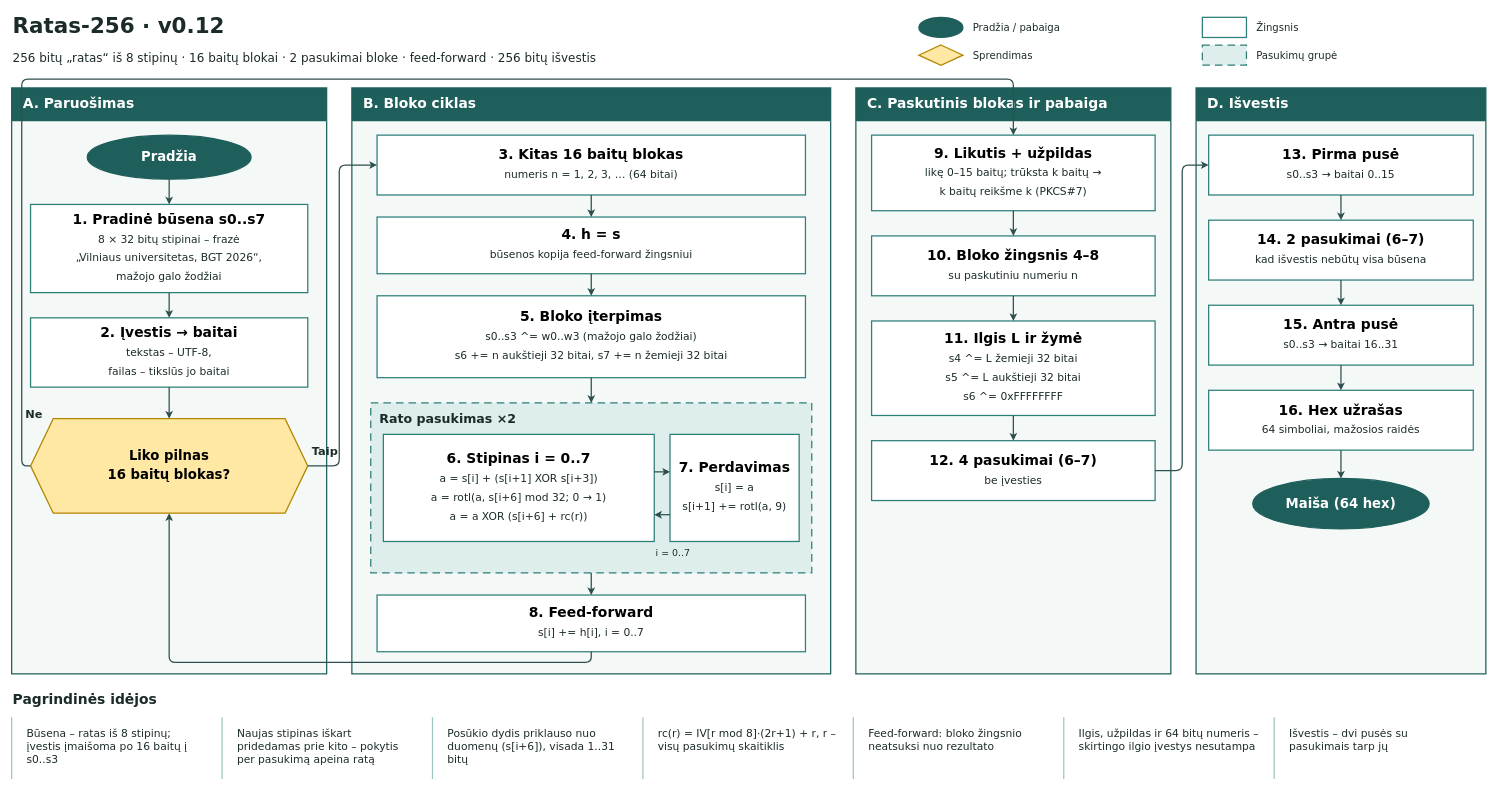
The draw.io diagram Joringis-no AI/docs/algoritmo-schema-v0.12.drawio in Mizerd/BGT_1, before the edit. Source tidied: cells renumbered, new cells numbered last; positions are measured from the earlier drawing's top-left corner, leaving out a move shared by most shapes. Both pictures are drawn from the tidied source at 63%, with x=0, y=0 at pixel (11, 11).
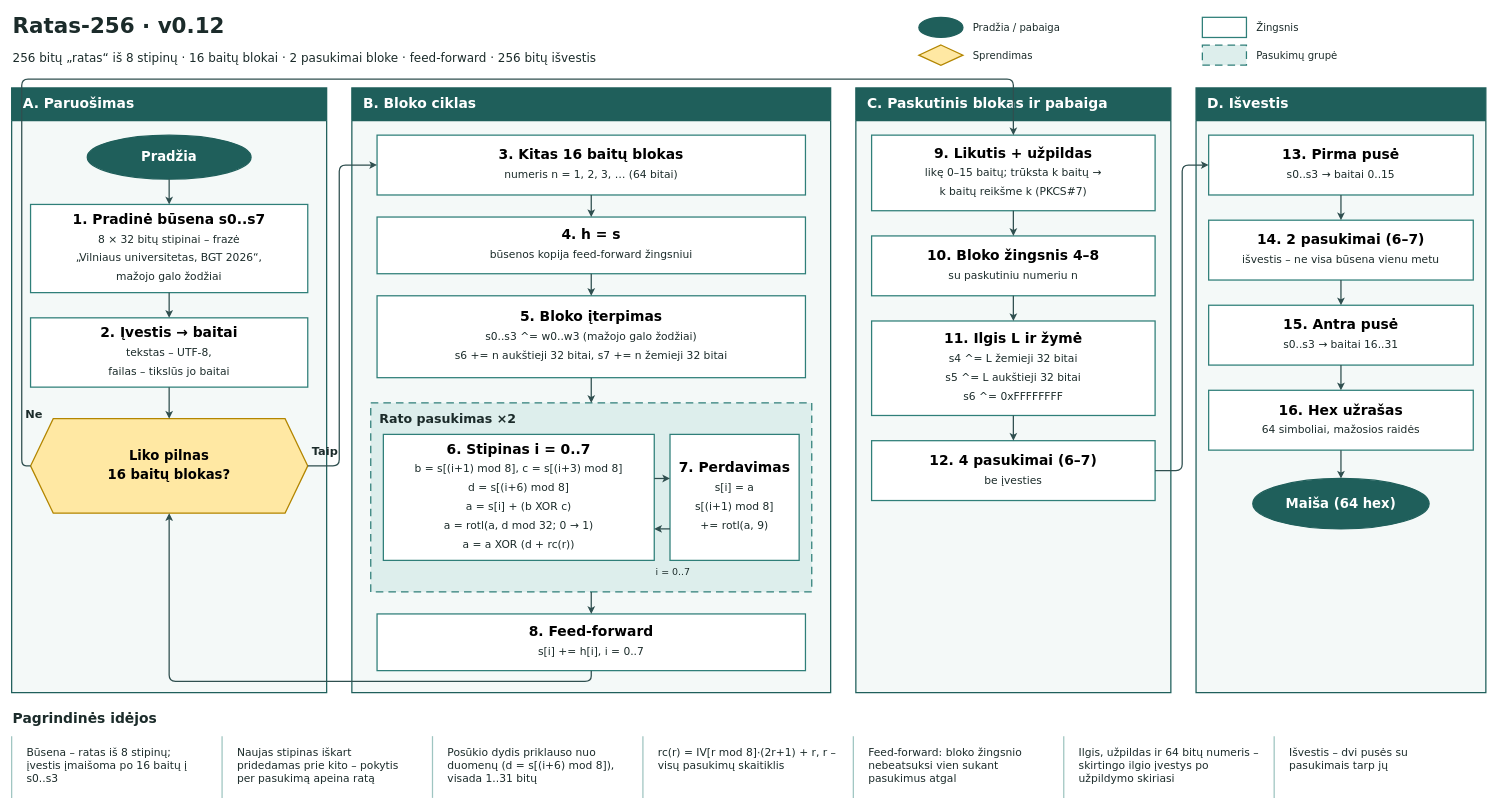
Above is the later version.

Unchanged cells that the change refers to:
```xml
<mxCell id="18" value="&lt;div style=&quot;line-height:28px&quot;&gt;&lt;b style=&quot;font-size:21px;color:#000000&quot;&gt;Liko pilnas&lt;/b&gt;&lt;/div&gt;&lt;div style=&quot;line-height:28px&quot;&gt;&lt;b style=&quot;font-size:21px;color:#000000&quot;&gt;16 baitų blokas?&lt;/b&gt;&lt;/div&gt;" style="fontFamily=Verdana;fontColor=#1B2B2A;html=1;whiteSpace=wrap;shape=hexagon;perimeter=hexagonPerimeter2;fixedSize=1;size=36;fillColor=#FFE8A3;strokeColor=#B38600;strokeWidth=2;" parent="1" vertex="1">
  <mxGeometry x="30" y="647" width="440" height="150" as="geometry" />
</mxCell>
```

The edit, as a diff of the source:
```diff
@@
     <mxCell id="11" value="A. Paruošimas" style="fontFamily=Verdana;fontColor=#1B2B2A;html=1;whiteSpace=wrap;swimlane;startSize=52;fillColor=#1F5F5B;swimlaneFillColor=#F4F9F8;strokeColor=#1F5F5B;strokeWidth=2;fontColor=#FFFFFF;fontSize=22;fontStyle=1;rounded=0;align=left;spacingLeft=16;" parent="1" vertex="1">
-      <mxGeometry y="122" width="500" height="930" as="geometry" />
+      <mxGeometry y="122" width="500" height="960" as="geometry" />
     </mxCell>
     <mxCell id="12" value="B. Bloko ciklas" style="fontFamily=Verdana;fontColor=#1B2B2A;html=1;whiteSpace=wrap;swimlane;startSize=52;fillColor=#1F5F5B;swimlaneFillColor=#F4F9F8;strokeColor=#1F5F5B;strokeWidth=2;fontColor=#FFFFFF;fontSize=22;fontStyle=1;rounded=0;align=left;spacingLeft=16;" parent="1" vertex="1">
-      <mxGeometry x="540" y="122" width="760" height="930" as="geometry" />
+      <mxGeometry x="540" y="122" width="760" height="960" as="geometry" />
     </mxCell>
     <mxCell id="13" value="C. Paskutinis blokas ir pabaiga" style="fontFamily=Verdana;fontColor=#1B2B2A;html=1;whiteSpace=wrap;swimlane;startSize=52;fillColor=#1F5F5B;swimlaneFillColor=#F4F9F8;strokeColor=#1F5F5B;strokeWidth=2;fontColor=#FFFFFF;fontSize=22;fontStyle=1;rounded=0;align=left;spacingLeft=16;" parent="1" vertex="1">
-      <mxGeometry x="1340" y="122" width="500" height="930" as="geometry" />
+      <mxGeometry x="1340" y="122" width="500" height="960" as="geometry" />
     </mxCell>
     <mxCell id="14" value="D. Išvestis" style="fontFamily=Verdana;fontColor=#1B2B2A;html=1;whiteSpace=wrap;swimlane;startSize=52;fillColor=#1F5F5B;swimlaneFillColor=#F4F9F8;strokeColor=#1F5F5B;strokeWidth=2;fontColor=#FFFFFF;fontSize=22;fontStyle=1;rounded=0;align=left;spacingLeft=16;" parent="1" vertex="1">
-      <mxGeometry x="1880" y="122" width="460" height="930" as="geometry" />
+      <mxGeometry x="1880" y="122" width="460" height="960" as="geometry" />
     </mxCell>
@@
     <mxCell id="22" value="&lt;b style=&quot;font-size:20px&quot;&gt;Rato pasukimas ×2&lt;/b&gt;" style="fontFamily=Verdana;fontColor=#1B2B2A;html=1;whiteSpace=wrap;rounded=0;dashed=1;dashPattern=6 4;fillColor=#DDEEEC;strokeColor=#2F7F79;strokeWidth=2;verticalAlign=top;align=left;spacingLeft=12;spacingTop=6;" parent="1" vertex="1">
-      <mxGeometry x="570" y="622" width="700" height="270" as="geometry" />
+      <mxGeometry x="570" y="622" width="700" height="300" as="geometry" />
     </mxCell>
-    <mxCell id="23" value="&lt;div style=&quot;line-height:28px&quot;&gt;&lt;b style=&quot;font-size:22px;color:#000000&quot;&gt;6. Stipinas i = 0..7&lt;/b&gt;&lt;br&gt;&lt;span style=&quot;font-size:17px&quot;&gt;a = s[i] + (s[i+1] XOR s[i+3])&lt;/span&gt;&lt;br&gt;&lt;span style=&quot;font-size:17px&quot;&gt;a = rotl(a, s[i+6] mod 32; 0 → 1)&lt;/span&gt;&lt;br&gt;&lt;span style=&quot;font-size:17px&quot;&gt;a = a XOR (s[i+6] + rc(r))&lt;/span&gt;&lt;/div&gt;" style="fontFamily=Verdana;fontColor=#1B2B2A;html=1;whiteSpace=wrap;rounded=0;fillColor=#FFFFFF;strokeColor=#2F7F79;strokeWidth=2;align=center;verticalAlign=middle;" parent="1" vertex="1">
-      <mxGeometry x="590" y="672" width="430" height="170" as="geometry" />
+    <mxCell id="23" value="&lt;div style=&quot;line-height:28px&quot;&gt;&lt;b style=&quot;font-size:22px;color:#000000&quot;&gt;6. Stipinas i = 0..7&lt;/b&gt;&lt;br&gt;&lt;span style=&quot;font-size:17px&quot;&gt;b = s[(i+1) mod 8],  c = s[(i+3) mod 8]&lt;/span&gt;&lt;br&gt;&lt;span style=&quot;font-size:17px&quot;&gt;d = s[(i+6) mod 8]&lt;/span&gt;&lt;br&gt;&lt;span style=&quot;font-size:17px&quot;&gt;a = s[i] + (b XOR c)&lt;/span&gt;&lt;br&gt;&lt;span style=&quot;font-size:17px&quot;&gt;a = rotl(a, d mod 32; 0 → 1)&lt;/span&gt;&lt;br&gt;&lt;span style=&quot;font-size:17px&quot;&gt;a = a XOR (d + rc(r))&lt;/span&gt;&lt;/div&gt;" style="fontFamily=Verdana;fontColor=#1B2B2A;html=1;whiteSpace=wrap;rounded=0;fillColor=#FFFFFF;strokeColor=#2F7F79;strokeWidth=2;align=center;verticalAlign=middle;" parent="1" vertex="1">
+      <mxGeometry x="590" y="672" width="430" height="200" as="geometry" />
     </mxCell>
-    <mxCell id="24" value="&lt;div style=&quot;line-height:28px&quot;&gt;&lt;b style=&quot;font-size:22px;color:#000000&quot;&gt;7. Perdavimas&lt;/b&gt;&lt;br&gt;&lt;span style=&quot;font-size:17px&quot;&gt;s[i] = a&lt;/span&gt;&lt;br&gt;&lt;span style=&quot;font-size:17px&quot;&gt;s[i+1] += rotl(a, 9)&lt;/span&gt;&lt;/div&gt;" style="fontFamily=Verdana;fontColor=#1B2B2A;html=1;whiteSpace=wrap;rounded=0;fillColor=#FFFFFF;strokeColor=#2F7F79;strokeWidth=2;align=center;verticalAlign=middle;" parent="1" vertex="1">
-      <mxGeometry x="1045" y="672" width="205" height="170" as="geometry" />
+    <mxCell id="24" value="&lt;div style=&quot;line-height:28px&quot;&gt;&lt;b style=&quot;font-size:22px;color:#000000&quot;&gt;7. Perdavimas&lt;/b&gt;&lt;br&gt;&lt;span style=&quot;font-size:17px&quot;&gt;s[i] = a&lt;/span&gt;&lt;br&gt;&lt;span style=&quot;font-size:17px&quot;&gt;s[(i+1) mod 8]&lt;/span&gt;&lt;br&gt;&lt;span style=&quot;font-size:17px&quot;&gt;+= rotl(a, 9)&lt;/span&gt;&lt;/div&gt;" style="fontFamily=Verdana;fontColor=#1B2B2A;html=1;whiteSpace=wrap;rounded=0;fillColor=#FFFFFF;strokeColor=#2F7F79;strokeWidth=2;align=center;verticalAlign=middle;" parent="1" vertex="1">
+      <mxGeometry x="1045" y="672" width="205" height="200" as="geometry" />
     </mxCell>
     <mxCell id="25" value="&lt;div style=&quot;line-height:28px&quot;&gt;&lt;b style=&quot;font-size:22px;color:#000000&quot;&gt;8. Feed-forward&lt;/b&gt;&lt;br&gt;&lt;span style=&quot;font-size:17px&quot;&gt;s[i] += h[i],  i = 0..7&lt;/span&gt;&lt;/div&gt;" style="fontFamily=Verdana;fontColor=#1B2B2A;html=1;whiteSpace=wrap;rounded=0;fillColor=#FFFFFF;strokeColor=#2F7F79;strokeWidth=2;align=center;verticalAlign=middle;" parent="1" vertex="1">
-      <mxGeometry x="580" y="927" width="680" height="90" as="geometry" />
+      <mxGeometry x="580" y="957" width="680" height="90" as="geometry" />
     </mxCell>
@@
-    <mxCell id="31" value="&lt;div style=&quot;line-height:28px&quot;&gt;&lt;b style=&quot;font-size:22px;color:#000000&quot;&gt;14. 2 pasukimai (6–7)&lt;/b&gt;&lt;br&gt;&lt;span style=&quot;font-size:17px&quot;&gt;kad išvestis nebūtų visa būsena&lt;/span&gt;&lt;/div&gt;" style="fontFamily=Verdana;fontColor=#1B2B2A;html=1;whiteSpace=wrap;rounded=0;fillColor=#FFFFFF;strokeColor=#2F7F79;strokeWidth=2;align=center;verticalAlign=middle;" parent="1" vertex="1">
+    <mxCell id="31" value="&lt;div style=&quot;line-height:28px&quot;&gt;&lt;b style=&quot;font-size:22px;color:#000000&quot;&gt;14. 2 pasukimai (6–7)&lt;/b&gt;&lt;br&gt;&lt;span style=&quot;font-size:17px&quot;&gt;išvestis – ne visa būsena vienu metu&lt;/span&gt;&lt;/div&gt;" style="fontFamily=Verdana;fontColor=#1B2B2A;html=1;whiteSpace=wrap;rounded=0;fillColor=#FFFFFF;strokeColor=#2F7F79;strokeWidth=2;align=center;verticalAlign=middle;" parent="1" vertex="1">
       <mxGeometry x="1900" y="332" width="420" height="95" as="geometry" />
     </mxCell>
@@
     <mxCell id="45" value="&lt;span style=&quot;font-size:15px&quot;&gt;i = 0..7&lt;/span&gt;" style="fontFamily=Verdana;fontColor=#1B2B2A;html=1;whiteSpace=wrap;text;strokeColor=none;fillColor=none;align=center;" parent="1" vertex="1">
-      <mxGeometry x="1005" y="844" width="90" height="26" as="geometry" />
+      <mxGeometry x="1005" y="874" width="90" height="26" as="geometry" />
     </mxCell>
@@
     <mxCell id="47" style="edgeStyle=orthogonalEdgeStyle;rounded=1;html=1;strokeColor=#2F4F4F;strokeWidth=2;endArrow=classic;endFill=1;fontFamily=Verdana;exitX=0.5;exitY=1;entryX=0.5;entryY=1;" parent="1" edge="1" source="25" target="18">
       <mxGeometry relative="1" as="geometry">
         <Array as="points">
-          <mxPoint x="920" y="1034" />
-          <mxPoint x="250" y="1034" />
+          <mxPoint x="920" y="1064" />
+          <mxPoint x="250" y="1064" />
         </Array>
       </mxGeometry>
     </mxCell>
@@
     <mxCell id="58" value="&lt;b style=&quot;font-size:22px&quot;&gt;Pagrindinės idėjos&lt;/b&gt;" style="fontFamily=Verdana;fontColor=#1B2B2A;html=1;whiteSpace=wrap;text;strokeColor=none;fillColor=none;align=left;verticalAlign=middle;" parent="1" vertex="1">
-      <mxGeometry y="1074" width="600" height="40" as="geometry" />
+      <mxGeometry y="1104" width="600" height="40" as="geometry" />
     </mxCell>
     <mxCell id="59" value="&lt;span style=&quot;font-size:17px&quot;&gt;Būsena – ratas iš 8 stipinų; įvestis įmaišoma po 16 baitų į s0..s3&lt;/span&gt;" style="fontFamily=Verdana;fontColor=#1B2B2A;html=1;whiteSpace=wrap;rounded=0;fillColor=#FFFFFF;strokeColor=#9FC5C1;strokeWidth=2;align=left;verticalAlign=top;spacing=10;spacingLeft=14;shape=partialRectangle;right=0;top=0;bottom=0;left=1;" parent="1" vertex="1">
-      <mxGeometry y="1122" width="318" height="96" as="geometry" />
+      <mxGeometry y="1152" width="318" height="96" as="geometry" />
     </mxCell>
     <mxCell id="60" value="&lt;span style=&quot;font-size:17px&quot;&gt;Naujas stipinas iškart pridedamas prie kito – pokytis per pasukimą apeina ratą&lt;/span&gt;" style="fontFamily=Verdana;fontColor=#1B2B2A;html=1;whiteSpace=wrap;rounded=0;fillColor=#FFFFFF;strokeColor=#9FC5C1;strokeWidth=2;align=left;verticalAlign=top;spacing=10;spacingLeft=14;shape=partialRectangle;right=0;top=0;bottom=0;left=1;" parent="1" vertex="1">
-      <mxGeometry x="334" y="1122" width="318" height="96" as="geometry" />
+      <mxGeometry x="334" y="1152" width="318" height="96" as="geometry" />
     </mxCell>
-    <mxCell id="61" value="&lt;span style=&quot;font-size:17px&quot;&gt;Posūkio dydis priklauso nuo duomenų (s[i+6]), visada 1..31 bitų&lt;/span&gt;" style="fontFamily=Verdana;fontColor=#1B2B2A;html=1;whiteSpace=wrap;rounded=0;fillColor=#FFFFFF;strokeColor=#9FC5C1;strokeWidth=2;align=left;verticalAlign=top;spacing=10;spacingLeft=14;shape=partialRectangle;right=0;top=0;bottom=0;left=1;" parent="1" vertex="1">
-      <mxGeometry x="668" y="1122" width="318" height="96" as="geometry" />
+    <mxCell id="61" value="&lt;span style=&quot;font-size:17px&quot;&gt;Posūkio dydis priklauso nuo duomenų (d = s[(i+6) mod 8]), visada 1..31 bitų&lt;/span&gt;" style="fontFamily=Verdana;fontColor=#1B2B2A;html=1;whiteSpace=wrap;rounded=0;fillColor=#FFFFFF;strokeColor=#9FC5C1;strokeWidth=2;align=left;verticalAlign=top;spacing=10;spacingLeft=14;shape=partialRectangle;right=0;top=0;bottom=0;left=1;" parent="1" vertex="1">
+      <mxGeometry x="668" y="1152" width="318" height="96" as="geometry" />
     </mxCell>
     <mxCell id="62" value="&lt;span style=&quot;font-size:17px&quot;&gt;rc(r) = IV[r mod 8]·(2r+1) + r, r – visų pasukimų skaitiklis&lt;/span&gt;" style="fontFamily=Verdana;fontColor=#1B2B2A;html=1;whiteSpace=wrap;rounded=0;fillColor=#FFFFFF;strokeColor=#9FC5C1;strokeWidth=2;align=left;verticalAlign=top;spacing=10;spacingLeft=14;shape=partialRectangle;right=0;top=0;bottom=0;left=1;" parent="1" vertex="1">
-      <mxGeometry x="1002" y="1122" width="318" height="96" as="geometry" />
+      <mxGeometry x="1002" y="1152" width="318" height="96" as="geometry" />
     </mxCell>
-    <mxCell id="63" value="&lt;span style=&quot;font-size:17px&quot;&gt;Feed-forward: bloko žingsnio neatsuksi nuo rezultato&lt;/span&gt;" style="fontFamily=Verdana;fontColor=#1B2B2A;html=1;whiteSpace=wrap;rounded=0;fillColor=#FFFFFF;strokeColor=#9FC5C1;strokeWidth=2;align=left;verticalAlign=top;spacing=10;spacingLeft=14;shape=partialRectangle;right=0;top=0;bottom=0;left=1;" parent="1" vertex="1">
-      <mxGeometry x="1336" y="1122" width="318" height="96" as="geometry" />
+    <mxCell id="63" value="&lt;span style=&quot;font-size:17px&quot;&gt;Feed-forward: bloko žingsnio nebeatsuksi vien sukant pasukimus atgal&lt;/span&gt;" style="fontFamily=Verdana;fontColor=#1B2B2A;html=1;whiteSpace=wrap;rounded=0;fillColor=#FFFFFF;strokeColor=#9FC5C1;strokeWidth=2;align=left;verticalAlign=top;spacing=10;spacingLeft=14;shape=partialRectangle;right=0;top=0;bottom=0;left=1;" parent="1" vertex="1">
+      <mxGeometry x="1336" y="1152" width="318" height="96" as="geometry" />
     </mxCell>
-    <mxCell id="64" value="&lt;span style=&quot;font-size:17px&quot;&gt;Ilgis, užpildas ir 64 bitų numeris – skirtingo ilgio įvestys nesutampa&lt;/span&gt;" style="fontFamily=Verdana;fontColor=#1B2B2A;html=1;whiteSpace=wrap;rounded=0;fillColor=#FFFFFF;strokeColor=#9FC5C1;strokeWidth=2;align=left;verticalAlign=top;spacing=10;spacingLeft=14;shape=partialRectangle;right=0;top=0;bottom=0;left=1;" parent="1" vertex="1">
-      <mxGeometry x="1670" y="1122" width="318" height="96" as="geometry" />
+    <mxCell id="64" value="&lt;span style=&quot;font-size:17px&quot;&gt;Ilgis, užpildas ir 64 bitų numeris – skirtingo ilgio įvestys po užpildymo skiriasi&lt;/span&gt;" style="fontFamily=Verdana;fontColor=#1B2B2A;html=1;whiteSpace=wrap;rounded=0;fillColor=#FFFFFF;strokeColor=#9FC5C1;strokeWidth=2;align=left;verticalAlign=top;spacing=10;spacingLeft=14;shape=partialRectangle;right=0;top=0;bottom=0;left=1;" parent="1" vertex="1">
+      <mxGeometry x="1670" y="1152" width="318" height="96" as="geometry" />
     </mxCell>
     <mxCell id="65" value="&lt;span style=&quot;font-size:17px&quot;&gt;Išvestis – dvi pusės su pasukimais tarp jų&lt;/span&gt;" style="fontFamily=Verdana;fontColor=#1B2B2A;html=1;whiteSpace=wrap;rounded=0;fillColor=#FFFFFF;strokeColor=#9FC5C1;strokeWidth=2;align=left;verticalAlign=top;spacing=10;spacingLeft=14;shape=partialRectangle;right=0;top=0;bottom=0;left=1;" parent="1" vertex="1">
-      <mxGeometry x="2004" y="1122" width="318" height="96" as="geometry" />
+      <mxGeometry x="2004" y="1152" width="318" height="96" as="geometry" />
     </mxCell>
```
